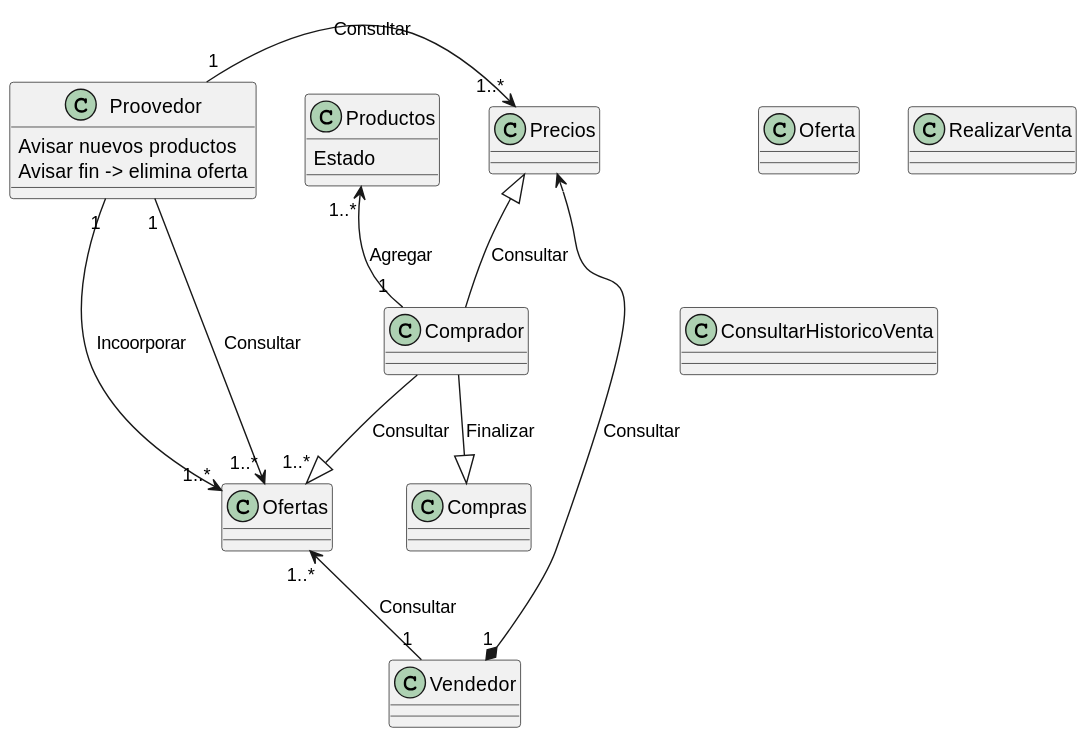
Above: out/lab1/source/SistemaComprasEntidadRelacion/Sistema.svg in cgg734/INRE-UAL-MORADO-2022-2023 (PlantUML), before the change. The source it was exported from:
```plantuml
@startuml Sistema

Class Proovedor{
    Avisar nuevos productos
    Avisar fin -> elimina oferta

}

Class Productos{
    Estado
}
Class Oferta{
}

Class RealizarVenta{

}
Class ConsultarHistoricoVenta{

}

Compras <|-up-Comprador : Finalizar
Ofertas "1..*"<|-up-Comprador : Consultar
Precios <|-down-Comprador : Consultar
Productos "1..*"<--"1" Comprador : Agregar
Precios "1..*"<-left-"1" Proovedor : Consultar
Ofertas "1..*"<-up-"1" Proovedor : Consultar
Ofertas "1..*"<--"1" Proovedor : Incoorporar
Precios <--*"1" Vendedor : Consultar
Ofertas "1..*"<--"1" Vendedor : Consultar
@enduml
```
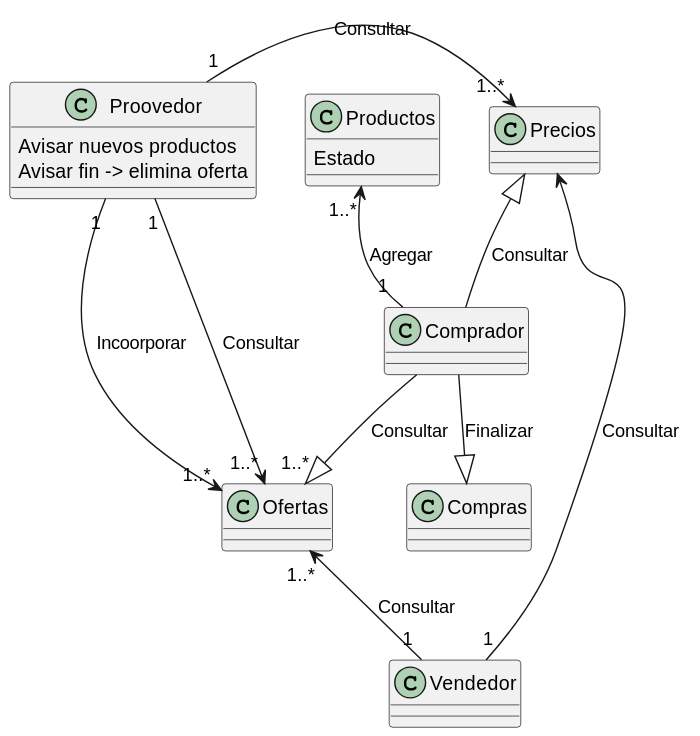
The same diagram one commit later.

Commit message:
Realizados cambios de svg

What changed in the source:
```diff
@@ -9,15 +9,7 @@
 Class Productos{
     Estado
 }
-Class Oferta{
-}
 
-Class RealizarVenta{
-
-}
-Class ConsultarHistoricoVenta{
-
-}
 
 Compras <|-up-Comprador : Finalizar
 Ofertas "1..*"<|-up-Comprador : Consultar
@@ -26,6 +18,6 @@
 Precios "1..*"<-left-"1" Proovedor : Consultar
 Ofertas "1..*"<-up-"1" Proovedor : Consultar
 Ofertas "1..*"<--"1" Proovedor : Incoorporar
-Precios <--*"1" Vendedor : Consultar
-Ofertas "1..*"<--"1" Vendedor : Consultar
+Precios <--"1" Vendedor : Consultar
+Ofertas "1..*"<-down-"1" Vendedor : Consultar
 @enduml
```
